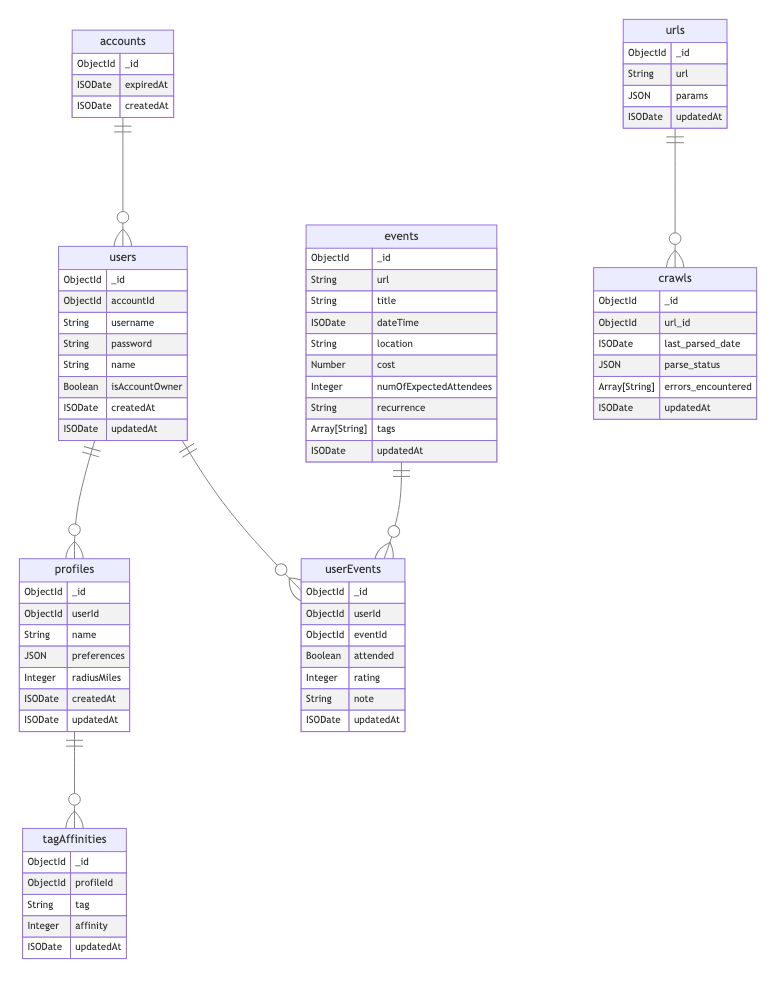
Above: schema.png in fptmark/events (Mermaid), before the change. Its source is kept beside it as schema.mmd.
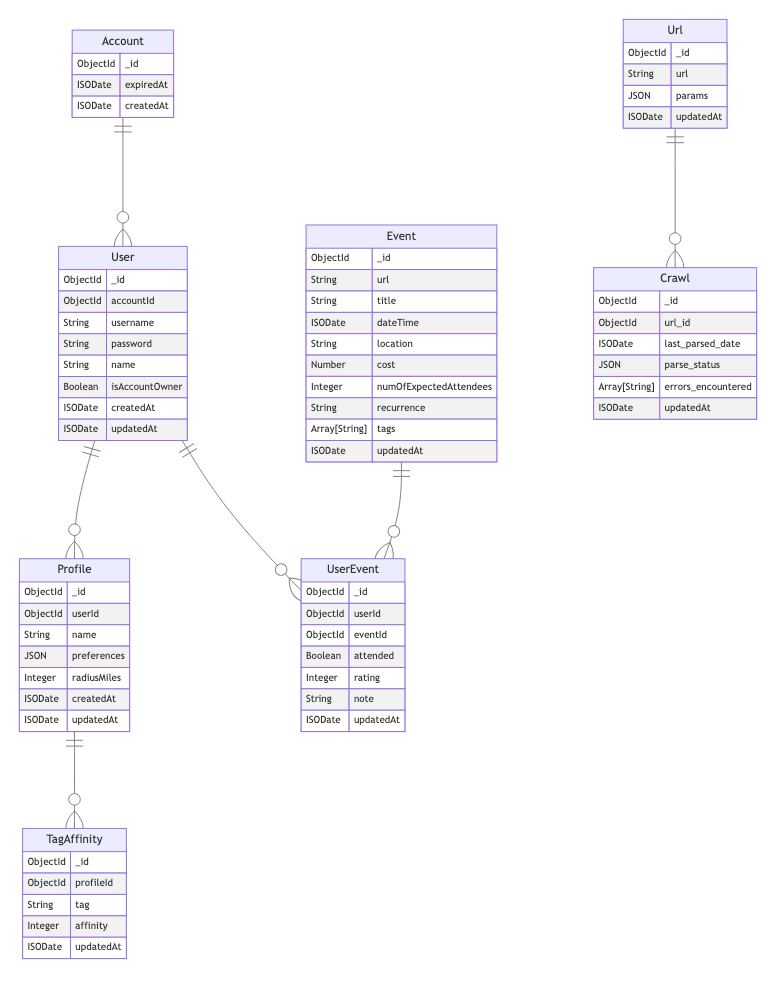
Above is the later version.

What changed in the source:
```diff
@@ -1,11 +1,11 @@
 erDiagram
-    accounts {
+    Account {
         ObjectId _id
         ISODate expiredAt
         ISODate createdAt
     }
 
-    users {
+    User {
         ObjectId _id
         ObjectId accountId
         String username
@@ -16,7 +16,7 @@
         ISODate updatedAt
     }
 
-    profiles {
+    Profile {
         ObjectId _id
         ObjectId userId
         String name
@@ -26,7 +26,7 @@
         ISODate updatedAt
     }
 
-    tagAffinities {
+    TagAffinity {
         ObjectId _id
         ObjectId profileId
         String tag
@@ -34,7 +34,7 @@
         ISODate updatedAt
     }
 
-    events {
+    Event {
         ObjectId _id
         String url
         String title
@@ -47,7 +47,7 @@
         ISODate updatedAt
     }
 
-    userEvents {
+    UserEvent {
         ObjectId _id
         ObjectId userId
         ObjectId eventId
@@ -57,14 +57,14 @@
         ISODate updatedAt
     }
 
-    urls {
+    Url {
         ObjectId _id
         String url
         JSON params
         ISODate updatedAt
     }
 
-    crawls {
+    Crawl {
         ObjectId _id
         ObjectId url_id
         ISODate last_parsed_date
@@ -73,9 +73,9 @@
         ISODate updatedAt
     }
 
-    accounts ||--o{ users: ""
-    users ||--o{ profiles: ""
-    profiles ||--o{ tagAffinities: ""
-    users ||--o{ userEvents: ""
-    events ||--o{ userEvents: ""
-    urls ||--o{ crawls: ""
+    Account ||--o{ User: ""
+    User ||--o{ Profile: ""
+    Profile ||--o{ TagAffinity: ""
+    User ||--o{ UserEvent: ""
+    Event ||--o{ UserEvent: ""
+    Url ||--o{ Crawl: ""
```
